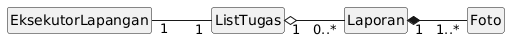
Before: docs/M4/assets/diagram/class-diagram-uc03.png, a diagram exported from PlantUML (RPL-24/IF2150-RPL).
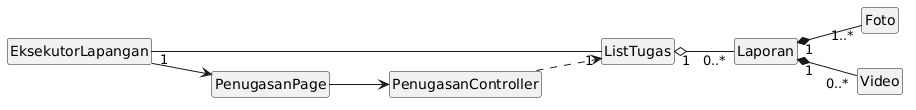
Above is the later version.

Commit message:
docs: Revisi Class Diagram UC03

What changed in the source:
```diff
@@ -10,9 +10,17 @@
 class ListTugas
 class Laporan
 class Foto
+class Video
+class PenugasanPage
+class PenugasanController
 
 EksekutorLapangan "1" -- "1" ListTugas
+EksekutorLapangan --> PenugasanPage
+PenugasanPage --> PenugasanController
 
 ListTugas "1" o-- "0..*" Laporan
 Laporan "1" *-- "1..*" Foto
+Laporan "1" *-- "0..*" Video
+
+PenugasanController ..> ListTugas
 @enduml
```
